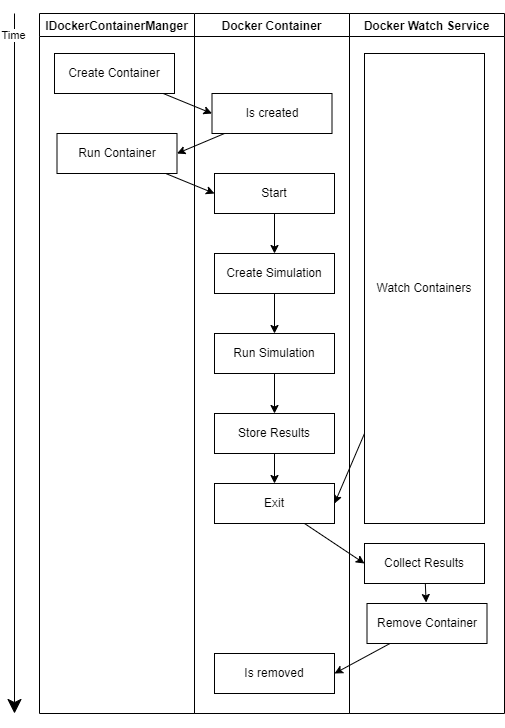
Above: Thesis/Assets/Container Lifecycle.png in Varil426/AGH-Simulation-Runner (draw.io), before the change. Source tidied: cells renumbered, new cells last; positions are measured from the earlier drawing's top-left corner, leaving out a move shared by most shapes.
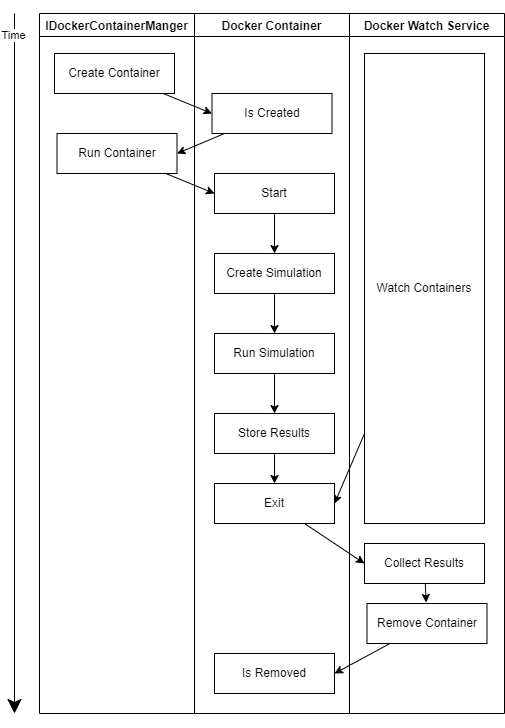
After the change.

Commit message:
Thesis: Updated "Container Lifecycle" image

What changed in the source:
```diff
@@ -14,7 +14,7 @@
     <mxCell id="5" value="Docker Container" style="swimlane;" parent="1" vertex="1">
       <mxGeometry x="180" width="155" height="700" as="geometry" />
     </mxCell>
-    <mxCell id="6" value="Is created" style="whiteSpace=wrap;html=1;" parent="5" vertex="1">
+    <mxCell id="6" value="Is Created" style="whiteSpace=wrap;html=1;" parent="5" vertex="1">
       <mxGeometry x="17.5" y="80" width="120" height="40" as="geometry" />
     </mxCell>
     <mxCell id="7" style="edgeStyle=none;rounded=0;jettySize=auto;html=1;entryX=0.5;entryY=0;entryDx=0;entryDy=0;endArrow=classic;endFill=1;strokeColor=default;" parent="5" edge="1" source="8" target="10">
@@ -44,7 +44,7 @@
     <mxCell id="15" value="Exit" style="whiteSpace=wrap;html=1;" parent="5" vertex="1">
       <mxGeometry x="20" y="470" width="120" height="40" as="geometry" />
     </mxCell>
-    <mxCell id="16" value="Is removed" style="whiteSpace=wrap;html=1;" parent="5" vertex="1">
+    <mxCell id="16" value="Is Removed" style="whiteSpace=wrap;html=1;" parent="5" vertex="1">
       <mxGeometry x="20" y="640" width="120" height="40" as="geometry" />
     </mxCell>
     <mxCell id="17" style="rounded=0;jettySize=auto;html=1;entryX=0;entryY=0.5;entryDx=0;entryDy=0;endArrow=classic;endFill=1;strokeColor=default;" parent="1" edge="1" source="3" target="6">
```
